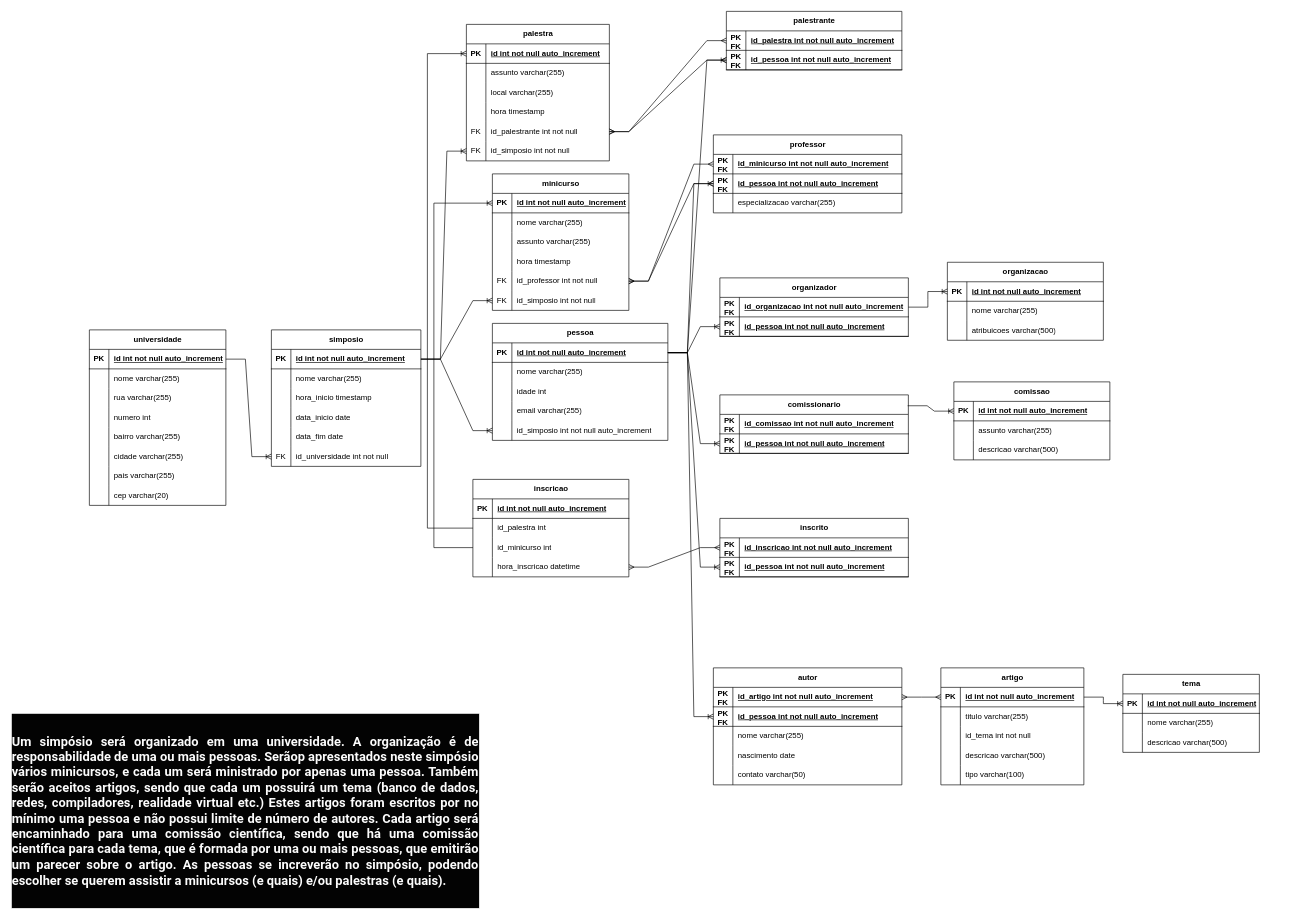
Before: Diagramas/Atividades/simposio.drawio in samueldelorenzi/BancoDeDadosI, a draw.io diagram. Source tidied: cells renumbered, new cells numbered last; positions are measured from the earlier drawing's top-left corner, leaving out a move shared by most shapes. Both pictures are drawn from the tidied source at 65%, with x=0, y=0 at pixel (11, 11).
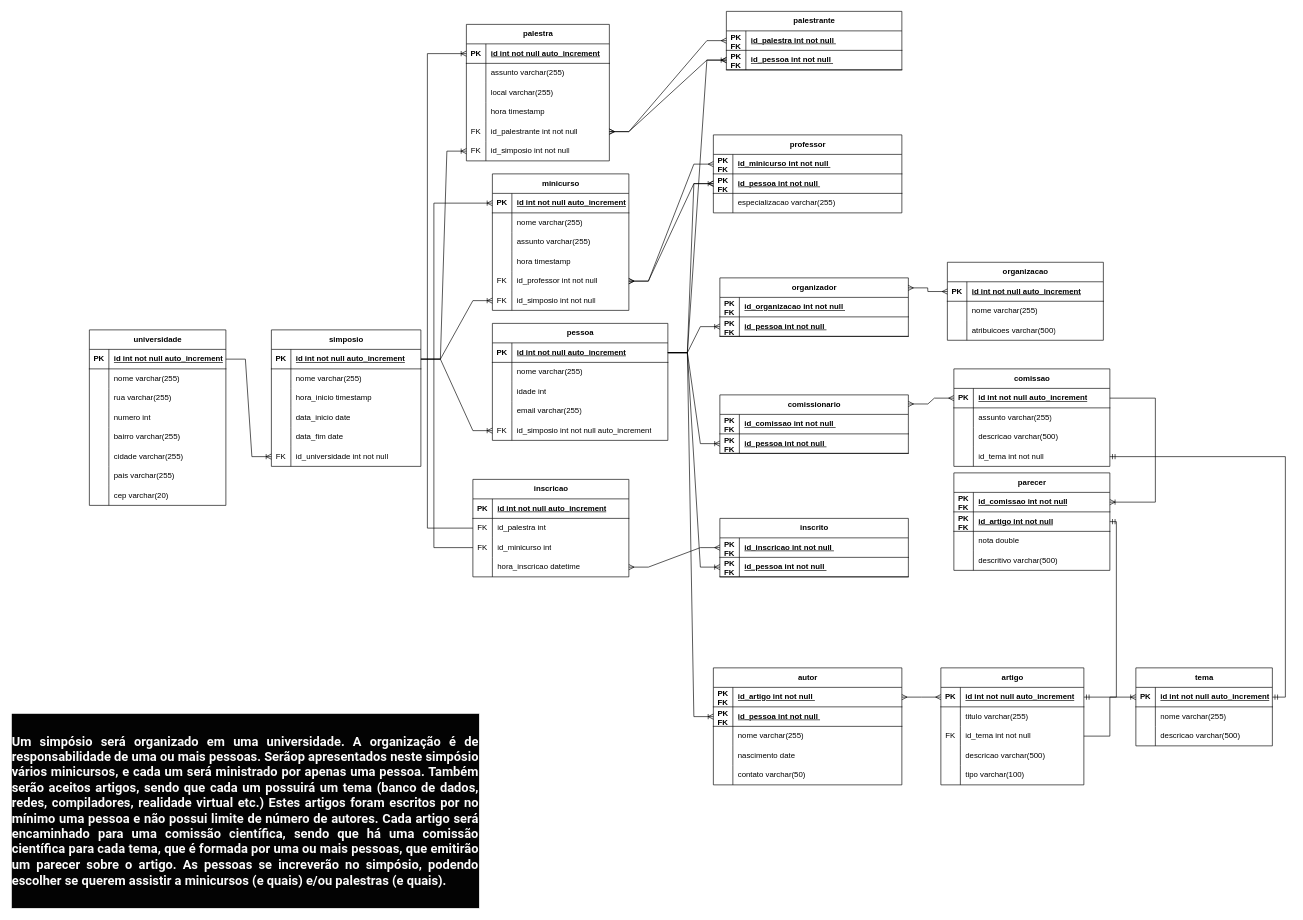
Above is the later version.

The change refers to these unchanged cells:
```xml
<mxCell id="3" style="shape=tableRow;horizontal=0;startSize=0;swimlaneHead=0;swimlaneBody=0;fillColor=none;points=[[0,0.5],[1,0.5]];portConstraint=eastwest;top=0;left=0;right=0;bottom=1;" parent="2" vertex="1">
  <mxGeometry y="30" width="240" height="30" as="geometry" />
</mxCell>
<mxCell id="70" style="shape=tableRow;horizontal=0;startSize=0;swimlaneHead=0;swimlaneBody=0;fillColor=none;points=[[0,0.5],[1,0.5]];portConstraint=eastwest;top=0;left=0;right=0;bottom=1;" parent="69" vertex="1">
  <mxGeometry y="30" width="210" height="30" as="geometry" />
</mxCell>
<mxCell id="80" style="shape=tableRow;horizontal=0;startSize=0;swimlaneHead=0;swimlaneBody=0;fillColor=none;points=[[0,0.5],[1,0.5]];portConstraint=eastwest;top=0;left=0;right=0;bottom=1;" parent="79" vertex="1">
  <mxGeometry y="30" width="220" height="30" as="geometry" />
</mxCell>
<mxCell id="86" style="shape=tableRow;horizontal=0;startSize=0;swimlaneHead=0;swimlaneBody=0;fillColor=none;points=[[0,0.5],[1,0.5]];portConstraint=eastwest;top=0;left=0;right=0;bottom=0;" parent="79" vertex="1">
  <mxGeometry y="90" width="220" height="30" as="geometry" />
</mxCell>
<mxCell id="99" style="shape=tableRow;horizontal=0;startSize=0;swimlaneHead=0;swimlaneBody=0;fillColor=none;points=[[0,0.5],[1,0.5]];portConstraint=eastwest;top=0;left=0;right=0;bottom=0;" parent="95" vertex="1">
  <mxGeometry y="60" width="240" height="30" as="geometry" />
</mxCell>
<mxCell id="102" style="shape=tableRow;horizontal=0;startSize=0;swimlaneHead=0;swimlaneBody=0;fillColor=none;points=[[0,0.5],[1,0.5]];portConstraint=eastwest;top=0;left=0;right=0;bottom=0;" parent="95" vertex="1">
  <mxGeometry y="90" width="240" height="30" as="geometry" />
</mxCell>
<mxCell id="147" style="shape=tableRow;horizontal=0;startSize=0;swimlaneHead=0;swimlaneBody=0;fillColor=none;points=[[0,0.5],[1,0.5]];portConstraint=eastwest;top=0;left=0;right=0;bottom=0;" parent="134" vertex="1">
  <mxGeometry y="150" width="270" height="30" as="geometry" />
</mxCell>
<mxCell id="151" style="shape=tableRow;horizontal=0;startSize=0;swimlaneHead=0;swimlaneBody=0;fillColor=none;points=[[0,0.5],[1,0.5]];portConstraint=eastwest;top=0;left=0;right=0;bottom=1;" parent="150" vertex="1">
  <mxGeometry y="30" width="270" height="30" as="geometry" />
</mxCell>
<mxCell id="154" style="shape=tableRow;horizontal=0;startSize=0;swimlaneHead=0;swimlaneBody=0;fillColor=none;points=[[0,0.5],[1,0.5]];portConstraint=eastwest;top=0;left=0;right=0;bottom=1;" parent="150" vertex="1">
  <mxGeometry y="60" width="270" height="30" as="geometry" />
</mxCell>
<mxCell id="158" style="shape=tableRow;horizontal=0;startSize=0;swimlaneHead=0;swimlaneBody=0;fillColor=none;points=[[0,0.5],[1,0.5]];portConstraint=eastwest;top=0;left=0;right=0;bottom=1;" parent="157" vertex="1">
  <mxGeometry y="30" width="290" height="30" as="geometry" />
</mxCell>
<mxCell id="161" style="shape=tableRow;horizontal=0;startSize=0;swimlaneHead=0;swimlaneBody=0;fillColor=none;points=[[0,0.5],[1,0.5]];portConstraint=eastwest;top=0;left=0;right=0;bottom=1;" parent="157" vertex="1">
  <mxGeometry y="60" width="290" height="30" as="geometry" />
</mxCell>
<mxCell id="168" style="shape=tableRow;horizontal=0;startSize=0;swimlaneHead=0;swimlaneBody=0;fillColor=none;points=[[0,0.5],[1,0.5]];portConstraint=eastwest;top=0;left=0;right=0;bottom=1;" parent="167" vertex="1">
  <mxGeometry y="30" width="290" height="30" as="geometry" />
</mxCell>
<mxCell id="171" style="shape=tableRow;horizontal=0;startSize=0;swimlaneHead=0;swimlaneBody=0;fillColor=none;points=[[0,0.5],[1,0.5]];portConstraint=eastwest;top=0;left=0;right=0;bottom=1;" parent="167" vertex="1">
  <mxGeometry y="60" width="290" height="30" as="geometry" />
</mxCell>
<mxCell id="174" value="comissionario" style="shape=table;startSize=30;childLayout=tableLayout;rowLines=0;fontStyle=1;align=center;html=1;" parent="1" vertex="1">
  <mxGeometry x="1090" y="590" width="290" height="90" as="geometry" />
</mxCell>
<mxCell id="175" style="shape=tableRow;horizontal=0;startSize=0;swimlaneHead=0;swimlaneBody=0;fillColor=none;top=0;left=0;right=0;bottom=1;" parent="174" vertex="1">
  <mxGeometry y="30" width="290" height="30" as="geometry" />
</mxCell>
<mxCell id="178" style="shape=tableRow;horizontal=0;startSize=0;swimlaneHead=0;swimlaneBody=0;fillColor=none;points=[[0,0.5],[1,0.5]];portConstraint=eastwest;top=0;left=0;right=0;bottom=1;" parent="174" vertex="1">
  <mxGeometry y="60" width="290" height="30" as="geometry" />
</mxCell>
<mxCell id="181" value="organizador" style="shape=table;startSize=30;childLayout=tableLayout;rowLines=0;fontStyle=1;align=center;html=1;" parent="1" vertex="1">
  <mxGeometry x="1090" y="410" width="290" height="90" as="geometry" />
</mxCell>
<mxCell id="182" style="shape=tableRow;horizontal=0;startSize=0;swimlaneHead=0;swimlaneBody=0;fillColor=none;points=[[0,0.5],[1,0.5]];portConstraint=eastwest;top=0;left=0;right=0;bottom=1;" parent="181" vertex="1">
  <mxGeometry y="30" width="290" height="30" as="geometry" />
</mxCell>
<mxCell id="185" style="shape=tableRow;horizontal=0;startSize=0;swimlaneHead=0;swimlaneBody=0;fillColor=none;points=[[0,0.5],[1,0.5]];portConstraint=eastwest;top=0;left=0;right=0;bottom=1;" parent="181" vertex="1">
  <mxGeometry y="60" width="290" height="30" as="geometry" />
</mxCell>
<mxCell id="189" style="shape=tableRow;horizontal=0;startSize=0;swimlaneHead=0;swimlaneBody=0;fillColor=none;points=[[0,0.5],[1,0.5]];portConstraint=eastwest;top=0;left=0;right=0;bottom=1;" parent="188" vertex="1">
  <mxGeometry y="30" width="290" height="30" as="geometry" />
</mxCell>
<mxCell id="192" style="shape=tableRow;horizontal=0;startSize=0;swimlaneHead=0;swimlaneBody=0;fillColor=none;points=[[0,0.5],[1,0.5]];portConstraint=eastwest;top=0;left=0;right=0;bottom=1;" parent="188" vertex="1">
  <mxGeometry y="60" width="290" height="30" as="geometry" />
</mxCell>
<mxCell id="225" style="shape=tableRow;horizontal=0;startSize=0;swimlaneHead=0;swimlaneBody=0;fillColor=none;points=[[0,0.5],[1,0.5]];portConstraint=eastwest;top=0;left=0;right=0;bottom=1;" parent="224" vertex="1">
  <mxGeometry y="30" width="240" height="30" as="geometry" />
</mxCell>
```

Diff of the diagram source:
```diff
@@
     <mxCell id="2" value="comissao" style="shape=table;startSize=30;childLayout=tableLayout;rowLines=0;fontStyle=1;align=center;html=1;" parent="1" vertex="1">
-      <mxGeometry x="1450" y="570" width="240" height="120" as="geometry" />
+      <mxGeometry x="1450" y="550" width="240" height="150" as="geometry" />
     </mxCell>
@@
+    <mxCell id="235" style="shape=tableRow;horizontal=0;startSize=0;swimlaneHead=0;swimlaneBody=0;fillColor=none;points=[[0,0.5],[1,0.5]];portConstraint=eastwest;top=0;left=0;right=0;bottom=0;" parent="2" vertex="1">
+      <mxGeometry y="120" width="240" height="30" as="geometry" />
+    </mxCell>
+    <mxCell id="236" style="shape=partialRectangle;fillColor=none;top=0;left=0;bottom=0;right=0;overflow=hidden;whiteSpace=wrap;html=1;" parent="235" vertex="1">
+      <mxGeometry width="30" height="30" as="geometry" />
+    </mxCell>
+    <mxCell id="237" value="id_tema int not null" style="shape=partialRectangle;fillColor=none;top=0;left=0;bottom=0;right=0;align=left;spacingLeft=6;overflow=hidden;whiteSpace=wrap;html=1;" parent="235" vertex="1">
+      <mxGeometry x="30" width="210" height="30" as="geometry" />
+    </mxCell>
@@
     <mxCell id="69" value="tema" style="shape=table;startSize=30;childLayout=tableLayout;rowLines=0;fontStyle=1;align=center;html=1;" parent="1" vertex="1">
-      <mxGeometry x="1710" y="1020" width="210" height="120" as="geometry" />
+      <mxGeometry x="1730" y="1010" width="210" height="120" as="geometry" />
     </mxCell>
@@
-    <mxCell id="87" style="shape=partialRectangle;fillColor=none;top=0;left=0;bottom=0;right=0;overflow=hidden;whiteSpace=wrap;html=1;" parent="86" vertex="1">
+    <mxCell id="87" value="FK" style="shape=partialRectangle;fillColor=none;top=0;left=0;bottom=0;right=0;overflow=hidden;whiteSpace=wrap;html=1;" parent="86" vertex="1">
       <mxGeometry width="30" height="30" as="geometry" />
     </mxCell>
@@
-    <mxCell id="100" style="shape=partialRectangle;fillColor=none;top=0;left=0;bottom=0;right=0;overflow=hidden;whiteSpace=wrap;html=1;" parent="99" vertex="1">
+    <mxCell id="100" value="FK" style="shape=partialRectangle;fillColor=none;top=0;left=0;bottom=0;right=0;overflow=hidden;whiteSpace=wrap;html=1;" parent="99" vertex="1">
       <mxGeometry width="30" height="30" as="geometry" />
     </mxCell>
@@
-    <mxCell id="103" style="shape=partialRectangle;fillColor=none;top=0;left=0;bottom=0;right=0;overflow=hidden;whiteSpace=wrap;html=1;" parent="102" vertex="1">
+    <mxCell id="103" value="FK" style="shape=partialRectangle;fillColor=none;top=0;left=0;bottom=0;right=0;overflow=hidden;whiteSpace=wrap;html=1;" parent="102" vertex="1">
       <mxGeometry width="30" height="30" as="geometry" />
     </mxCell>
@@
-    <mxCell id="148" style="shape=partialRectangle;fillColor=none;top=0;left=0;bottom=0;right=0;overflow=hidden;whiteSpace=wrap;html=1;" parent="147" vertex="1">
+    <mxCell id="148" value="FK" style="shape=partialRectangle;fillColor=none;top=0;left=0;bottom=0;right=0;overflow=hidden;whiteSpace=wrap;html=1;" parent="147" vertex="1">
       <mxGeometry width="30" height="30" as="geometry" />
     </mxCell>
@@
-    <mxCell id="153" value="id_palestra int not null auto_increment" style="shape=partialRectangle;fillColor=none;top=0;left=0;bottom=0;right=0;align=left;spacingLeft=6;fontStyle=5;overflow=hidden;whiteSpace=wrap;html=1;" parent="151" vertex="1">
+    <mxCell id="153" value="id_palestra int not null&amp;nbsp;" style="shape=partialRectangle;fillColor=none;top=0;left=0;bottom=0;right=0;align=left;spacingLeft=6;fontStyle=5;overflow=hidden;whiteSpace=wrap;html=1;" parent="151" vertex="1">
       <mxGeometry x="30" width="240" height="30" as="geometry" />
     </mxCell>
@@
-    <mxCell id="156" value="id_pessoa int not null auto_increment" style="shape=partialRectangle;fillColor=none;top=0;left=0;bottom=0;right=0;align=left;spacingLeft=6;fontStyle=5;overflow=hidden;whiteSpace=wrap;html=1;" parent="154" vertex="1">
+    <mxCell id="156" value="id_pessoa int not null&amp;nbsp;" style="shape=partialRectangle;fillColor=none;top=0;left=0;bottom=0;right=0;align=left;spacingLeft=6;fontStyle=5;overflow=hidden;whiteSpace=wrap;html=1;" parent="154" vertex="1">
       <mxGeometry x="30" width="240" height="30" as="geometry" />
     </mxCell>
@@
-    <mxCell id="160" value="id_minicurso int not null auto_increment" style="shape=partialRectangle;fillColor=none;top=0;left=0;bottom=0;right=0;align=left;spacingLeft=6;fontStyle=5;overflow=hidden;whiteSpace=wrap;html=1;" parent="158" vertex="1">
+    <mxCell id="160" value="id_minicurso int not null&amp;nbsp;" style="shape=partialRectangle;fillColor=none;top=0;left=0;bottom=0;right=0;align=left;spacingLeft=6;fontStyle=5;overflow=hidden;whiteSpace=wrap;html=1;" parent="158" vertex="1">
       <mxGeometry x="30" width="260" height="30" as="geometry" />
     </mxCell>
@@
-    <mxCell id="163" value="id_pessoa int not null auto_increment" style="shape=partialRectangle;fillColor=none;top=0;left=0;bottom=0;right=0;align=left;spacingLeft=6;fontStyle=5;overflow=hidden;whiteSpace=wrap;html=1;" parent="161" vertex="1">
+    <mxCell id="163" value="id_pessoa int not null&amp;nbsp;" style="shape=partialRectangle;fillColor=none;top=0;left=0;bottom=0;right=0;align=left;spacingLeft=6;fontStyle=5;overflow=hidden;whiteSpace=wrap;html=1;" parent="161" vertex="1">
       <mxGeometry x="30" width="260" height="30" as="geometry" />
     </mxCell>
@@
-    <mxCell id="170" value="id_inscricao int not null auto_increment" style="shape=partialRectangle;fillColor=none;top=0;left=0;bottom=0;right=0;align=left;spacingLeft=6;fontStyle=5;overflow=hidden;whiteSpace=wrap;html=1;" parent="168" vertex="1">
+    <mxCell id="170" value="id_inscricao int not null&amp;nbsp;" style="shape=partialRectangle;fillColor=none;top=0;left=0;bottom=0;right=0;align=left;spacingLeft=6;fontStyle=5;overflow=hidden;whiteSpace=wrap;html=1;" parent="168" vertex="1">
       <mxGeometry x="30" width="260" height="30" as="geometry" />
     </mxCell>
@@
-    <mxCell id="173" value="id_pessoa int not null auto_increment" style="shape=partialRectangle;fillColor=none;top=0;left=0;bottom=0;right=0;align=left;spacingLeft=6;fontStyle=5;overflow=hidden;whiteSpace=wrap;html=1;" parent="171" vertex="1">
+    <mxCell id="173" value="id_pessoa int not null&amp;nbsp;" style="shape=partialRectangle;fillColor=none;top=0;left=0;bottom=0;right=0;align=left;spacingLeft=6;fontStyle=5;overflow=hidden;whiteSpace=wrap;html=1;" parent="171" vertex="1">
       <mxGeometry x="30" width="260" height="30" as="geometry" />
     </mxCell>
@@
-    <mxCell id="177" value="id_comissao int not null auto_increment" style="shape=partialRectangle;fillColor=none;top=0;left=0;bottom=0;right=0;align=left;spacingLeft=6;fontStyle=5;overflow=hidden;whiteSpace=wrap;html=1;" parent="175" vertex="1">
+    <mxCell id="177" value="id_comissao int not null&amp;nbsp;" style="shape=partialRectangle;fillColor=none;top=0;left=0;bottom=0;right=0;align=left;spacingLeft=6;fontStyle=5;overflow=hidden;whiteSpace=wrap;html=1;" parent="175" vertex="1">
       <mxGeometry x="30" width="260" height="30" as="geometry" />
     </mxCell>
@@
-    <mxCell id="180" value="id_pessoa int not null auto_increment" style="shape=partialRectangle;fillColor=none;top=0;left=0;bottom=0;right=0;align=left;spacingLeft=6;fontStyle=5;overflow=hidden;whiteSpace=wrap;html=1;" parent="178" vertex="1">
+    <mxCell id="180" value="id_pessoa int not null&amp;nbsp;" style="shape=partialRectangle;fillColor=none;top=0;left=0;bottom=0;right=0;align=left;spacingLeft=6;fontStyle=5;overflow=hidden;whiteSpace=wrap;html=1;" parent="178" vertex="1">
       <mxGeometry x="30" width="260" height="30" as="geometry" />
     </mxCell>
@@
-    <mxCell id="184" value="id_organizacao int not null auto_increment" style="shape=partialRectangle;fillColor=none;top=0;left=0;bottom=0;right=0;align=left;spacingLeft=6;fontStyle=5;overflow=hidden;whiteSpace=wrap;html=1;" parent="182" vertex="1">
+    <mxCell id="184" value="id_organizacao int not null&amp;nbsp;" style="shape=partialRectangle;fillColor=none;top=0;left=0;bottom=0;right=0;align=left;spacingLeft=6;fontStyle=5;overflow=hidden;whiteSpace=wrap;html=1;" parent="182" vertex="1">
       <mxGeometry x="30" width="260" height="30" as="geometry" />
     </mxCell>
@@
-    <mxCell id="187" value="id_pessoa int not null auto_increment" style="shape=partialRectangle;fillColor=none;top=0;left=0;bottom=0;right=0;align=left;spacingLeft=6;fontStyle=5;overflow=hidden;whiteSpace=wrap;html=1;" parent="185" vertex="1">
+    <mxCell id="187" value="id_pessoa int not null&amp;nbsp;" style="shape=partialRectangle;fillColor=none;top=0;left=0;bottom=0;right=0;align=left;spacingLeft=6;fontStyle=5;overflow=hidden;whiteSpace=wrap;html=1;" parent="185" vertex="1">
       <mxGeometry x="30" width="260" height="30" as="geometry" />
     </mxCell>
@@
-    <mxCell id="191" value="id_artigo int not null auto_increment" style="shape=partialRectangle;fillColor=none;top=0;left=0;bottom=0;right=0;align=left;spacingLeft=6;fontStyle=5;overflow=hidden;whiteSpace=wrap;html=1;" parent="189" vertex="1">
+    <mxCell id="191" value="id_artigo int not null&amp;nbsp;" style="shape=partialRectangle;fillColor=none;top=0;left=0;bottom=0;right=0;align=left;spacingLeft=6;fontStyle=5;overflow=hidden;whiteSpace=wrap;html=1;" parent="189" vertex="1">
       <mxGeometry x="30" width="260" height="30" as="geometry" />
     </mxCell>
@@
-    <mxCell id="194" value="id_pessoa int not null auto_increment" style="shape=partialRectangle;fillColor=none;top=0;left=0;bottom=0;right=0;align=left;spacingLeft=6;fontStyle=5;overflow=hidden;whiteSpace=wrap;html=1;" parent="192" vertex="1">
+    <mxCell id="194" value="id_pessoa int not null&amp;nbsp;" style="shape=partialRectangle;fillColor=none;top=0;left=0;bottom=0;right=0;align=left;spacingLeft=6;fontStyle=5;overflow=hidden;whiteSpace=wrap;html=1;" parent="192" vertex="1">
       <mxGeometry x="30" width="260" height="30" as="geometry" />
     </mxCell>
@@
-    <mxCell id="218" style="edgeStyle=entityRelationEdgeStyle;rounded=0;jettySize=auto;html=1;endArrow=ERoneToMany;endFill=0;exitX=0.996;exitY=0.186;exitDx=0;exitDy=0;exitPerimeter=0;" parent="1" edge="1" source="174" target="3">
-      <mxGeometry relative="1" as="geometry" />
-    </mxCell>
@@
-    <mxCell id="223" style="edgeStyle=entityRelationEdgeStyle;fontSize=12;html=1;endArrow=ERoneToMany;rounded=0;exitX=1;exitY=0.5;exitDx=0;exitDy=0;entryX=0;entryY=0.5;entryDx=0;entryDy=0;" parent="1" edge="1" source="80" target="70">
+    <mxCell id="223" style="fontSize=12;html=1;endArrow=ERoneToMany;rounded=0;exitX=1;exitY=0.5;exitDx=0;exitDy=0;edgeStyle=elbowEdgeStyle;entryX=0;entryY=0.5;entryDx=0;entryDy=0;" parent="1" edge="1" source="86" target="70">
       <mxGeometry relative="1" as="geometry" />
     </mxCell>
@@
-    <mxCell id="234" style="edgeStyle=entityRelationEdgeStyle;rounded=0;jettySize=auto;html=1;endArrow=ERoneToMany;endFill=0;exitX=1;exitY=0.5;exitDx=0;exitDy=0;entryX=0;entryY=0.5;entryDx=0;entryDy=0;" parent="1" edge="1" source="182" target="225">
-      <mxGeometry relative="1" as="geometry" />
-    </mxCell>
+    <mxCell id="238" style="edgeStyle=entityRelationEdgeStyle;fontSize=12;html=1;endArrow=ERmany;startArrow=ERmany;rounded=0;exitX=0.999;exitY=0.171;exitDx=0;exitDy=0;exitPerimeter=0;" parent="1" edge="1" source="181" target="225">
+      <mxGeometry relative="1" as="geometry" />
+    </mxCell>
+    <mxCell id="239" style="edgeStyle=entityRelationEdgeStyle;fontSize=12;html=1;endArrow=ERmany;startArrow=ERmany;rounded=0;entryX=0;entryY=0.5;entryDx=0;entryDy=0;" parent="1" edge="1" target="3">
+      <mxGeometry relative="1" as="geometry">
+        <mxPoint x="1380" y="604" as="sourcePoint" />
+      </mxGeometry>
+    </mxCell>
+    <mxCell id="240" style="edgeStyle=elbowEdgeStyle;fontSize=12;html=1;endArrow=ERmandOne;startArrow=ERmandOne;rounded=0;entryX=1;entryY=0.5;entryDx=0;entryDy=0;exitX=1;exitY=0.5;exitDx=0;exitDy=0;" parent="1" edge="1" source="235" target="70">
+      <mxGeometry relative="1" as="geometry">
+        <Array as="points">
+          <mxPoint x="1960" y="840" />
+        </Array>
+      </mxGeometry>
+    </mxCell>
+    <mxCell id="241" value="parecer" style="shape=table;startSize=30;childLayout=tableLayout;rowLines=0;fontStyle=1;align=center;html=1;" parent="1" vertex="1">
+      <mxGeometry x="1450" y="710" width="240" height="150" as="geometry" />
+    </mxCell>
+    <mxCell id="242" style="shape=tableRow;horizontal=0;startSize=0;swimlaneHead=0;swimlaneBody=0;fillColor=none;points=[[0,0.5],[1,0.5]];portConstraint=eastwest;top=0;left=0;right=0;bottom=1;" parent="241" vertex="1">
+      <mxGeometry y="30" width="240" height="30" as="geometry" />
+    </mxCell>
+    <mxCell id="243" value="PK&lt;div&gt;FK&lt;/div&gt;" style="shape=partialRectangle;fillColor=none;top=0;left=0;bottom=0;right=0;fontStyle=1;overflow=hidden;whiteSpace=wrap;html=1;" parent="242" vertex="1">
+      <mxGeometry width="30" height="30" as="geometry" />
+    </mxCell>
+    <mxCell id="244" value="id_comissao int not null" style="shape=partialRectangle;fillColor=none;top=0;left=0;bottom=0;right=0;align=left;spacingLeft=6;fontStyle=5;overflow=hidden;whiteSpace=wrap;html=1;" parent="242" vertex="1">
+      <mxGeometry x="30" width="210" height="30" as="geometry" />
+    </mxCell>
+    <mxCell id="245" style="shape=tableRow;horizontal=0;startSize=0;swimlaneHead=0;swimlaneBody=0;fillColor=none;points=[[0,0.5],[1,0.5]];portConstraint=eastwest;top=0;left=0;right=0;bottom=1;" parent="241" vertex="1">
+      <mxGeometry y="60" width="240" height="30" as="geometry" />
+    </mxCell>
+    <mxCell id="246" value="PK&lt;div&gt;FK&lt;/div&gt;" style="shape=partialRectangle;fillColor=none;top=0;left=0;bottom=0;right=0;fontStyle=1;overflow=hidden;whiteSpace=wrap;html=1;" parent="245" vertex="1">
+      <mxGeometry width="30" height="30" as="geometry" />
+    </mxCell>
+    <mxCell id="247" value="id_artigo int not null" style="shape=partialRectangle;fillColor=none;top=0;left=0;bottom=0;right=0;align=left;spacingLeft=6;fontStyle=5;overflow=hidden;whiteSpace=wrap;html=1;" parent="245" vertex="1">
+      <mxGeometry x="30" width="210" height="30" as="geometry" />
+    </mxCell>
+    <mxCell id="248" style="shape=tableRow;horizontal=0;startSize=0;swimlaneHead=0;swimlaneBody=0;fillColor=none;top=0;left=0;right=0;bottom=0;" parent="241" vertex="1">
+      <mxGeometry y="90" width="240" height="30" as="geometry" />
+    </mxCell>
+    <mxCell id="249" style="shape=partialRectangle;fillColor=none;top=0;left=0;bottom=0;right=0;overflow=hidden;whiteSpace=wrap;html=1;" parent="248" vertex="1">
+      <mxGeometry width="30" height="30" as="geometry" />
+    </mxCell>
+    <mxCell id="250" value="nota double" style="shape=partialRectangle;fillColor=none;top=0;left=0;bottom=0;right=0;align=left;spacingLeft=6;overflow=hidden;whiteSpace=wrap;html=1;" parent="248" vertex="1">
+      <mxGeometry x="30" width="210" height="30" as="geometry" />
+    </mxCell>
+    <mxCell id="251" style="shape=tableRow;horizontal=0;startSize=0;swimlaneHead=0;swimlaneBody=0;fillColor=none;top=0;left=0;right=0;bottom=0;" parent="241" vertex="1">
+      <mxGeometry y="120" width="240" height="30" as="geometry" />
+    </mxCell>
+    <mxCell id="252" style="shape=partialRectangle;fillColor=none;top=0;left=0;bottom=0;right=0;overflow=hidden;whiteSpace=wrap;html=1;" parent="251" vertex="1">
+      <mxGeometry width="30" height="30" as="geometry" />
+    </mxCell>
+    <mxCell id="253" value="descritivo varchar(500)" style="shape=partialRectangle;fillColor=none;top=0;left=0;bottom=0;right=0;align=left;spacingLeft=6;overflow=hidden;whiteSpace=wrap;html=1;" parent="251" vertex="1">
+      <mxGeometry x="30" width="210" height="30" as="geometry" />
+    </mxCell>
+    <mxCell id="254" style="edgeStyle=elbowEdgeStyle;fontSize=12;html=1;endArrow=ERoneToMany;rounded=0;entryX=1;entryY=0.5;entryDx=0;entryDy=0;exitX=1;exitY=0.5;exitDx=0;exitDy=0;" parent="1" edge="1" source="3" target="242">
+      <mxGeometry relative="1" as="geometry">
+        <Array as="points">
+          <mxPoint x="1760" y="690" />
+        </Array>
+      </mxGeometry>
+    </mxCell>
+    <mxCell id="255" style="edgeStyle=elbowEdgeStyle;fontSize=12;html=1;endArrow=ERmandOne;startArrow=ERmandOne;rounded=0;exitX=1;exitY=0.5;exitDx=0;exitDy=0;entryX=1;entryY=0.5;entryDx=0;entryDy=0;" parent="1" edge="1" source="80" target="245">
+      <mxGeometry relative="1" as="geometry">
+        <Array as="points">
+          <mxPoint x="1700" y="920" />
+        </Array>
+      </mxGeometry>
+    </mxCell>
```
